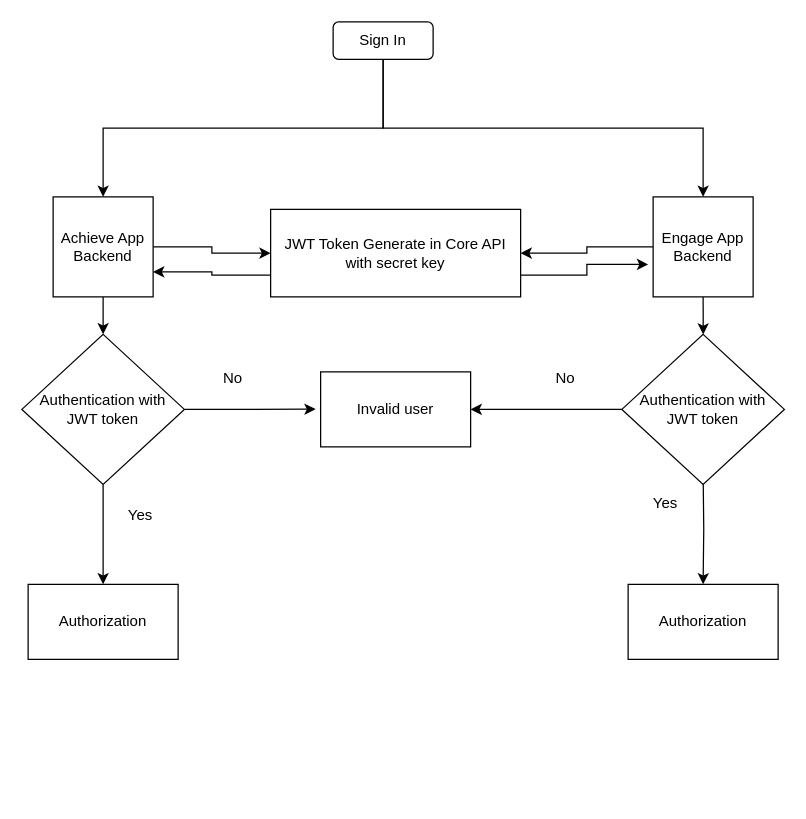
This is page "Authentication Core API" (5 of 8) of PowerHCM.drawio from triconlabs/Documentation, a draw.io file, before an edit. Source tidied: cells renumbered, new cells numbered last; positions are measured from the earlier drawing's top-left corner, leaving out a move shared by most shapes. Both pictures are drawn from the tidied source at 125%, with x=0, y=0 at pixel (21, 21).
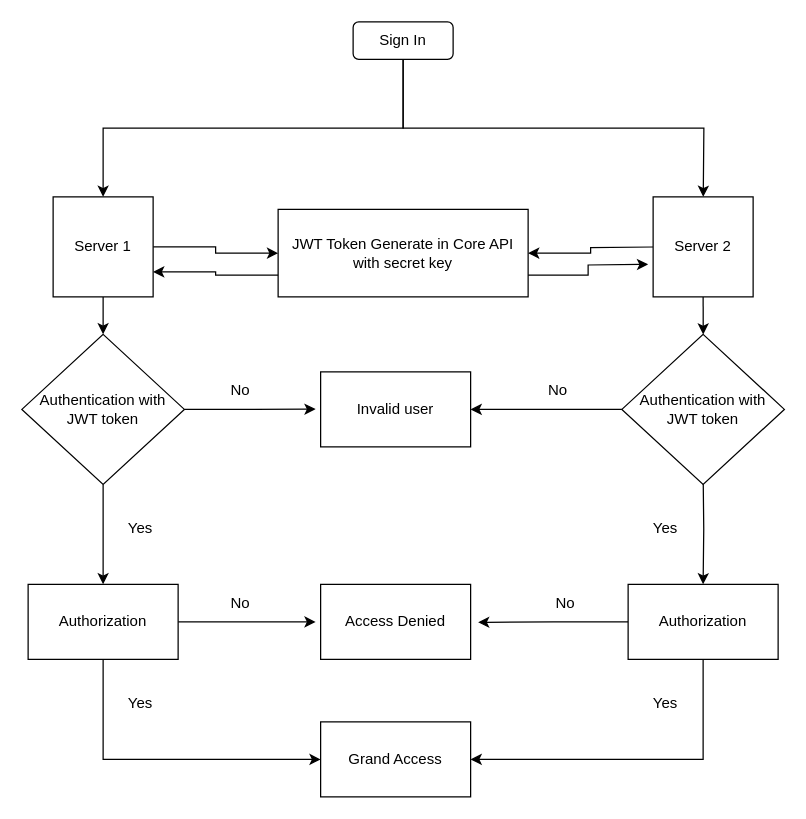
The same page after the edit.

The change refers to these unchanged cells:
```xml
<mxCell id="18" value="Authorization" style="rounded=0;whiteSpace=wrap;html=1;" parent="1" vertex="1">
  <mxGeometry x="485" y="450" width="120" height="60" as="geometry" />
</mxCell>
<mxCell id="19" value="Authorization" style="rounded=0;whiteSpace=wrap;html=1;" parent="1" vertex="1">
  <mxGeometry x="5" y="450" width="120" height="60" as="geometry" />
</mxCell>
```

What changed in the source:
```diff
@@
     <mxCell id="2" value="JWT Token Generate in Core API with secret key" style="rounded=0;whiteSpace=wrap;html=1;" parent="1" vertex="1">
-      <mxGeometry x="199" y="150" width="200" height="70" as="geometry" />
+      <mxGeometry x="205" y="150" width="200" height="70" as="geometry" />
     </mxCell>
-    <mxCell id="3" style="edgeStyle=orthogonalEdgeStyle;rounded=0;jettySize=auto;html=1;" parent="1" edge="1" source="5" target="2">
-      <mxGeometry relative="1" as="geometry" />
+    <mxCell id="3" style="edgeStyle=orthogonalEdgeStyle;rounded=0;jettySize=auto;html=1;" parent="1" edge="1" target="2">
+      <mxGeometry relative="1" as="geometry">
+        <mxPoint x="505" y="180.1" as="sourcePoint" />
+      </mxGeometry>
     </mxCell>
-    <mxCell id="4" style="edgeStyle=orthogonalEdgeStyle;rounded=0;jettySize=auto;html=1;exitX=0.5;exitY=1;exitDx=0;exitDy=0;" parent="1" edge="1" source="5">
+    <mxCell id="4" style="edgeStyle=orthogonalEdgeStyle;rounded=0;orthogonalLoop=1;jettySize=auto;html=1;exitX=0.5;exitY=1;exitDx=0;exitDy=0;" parent="1" edge="1">
       <mxGeometry relative="1" as="geometry">
+        <mxPoint x="545" y="220" as="sourcePoint" />
         <mxPoint x="545.1" y="250.1" as="targetPoint" />
       </mxGeometry>
     </mxCell>
-    <mxCell id="5" value="Engage App Backend" style="whiteSpace=wrap;html=1;" parent="1" vertex="1">
-      <mxGeometry x="505" y="140" width="80" height="80" as="geometry" />
-    </mxCell>
@@
-    <mxCell id="8" value="Achieve App Backend" style="whiteSpace=wrap;html=1;" parent="1" vertex="1">
+    <mxCell id="8" value="Server 1" style="whiteSpace=wrap;html=1;" parent="1" vertex="1">
       <mxGeometry x="25" y="140" width="80" height="80" as="geometry" />
     </mxCell>
@@
-    <mxCell id="10" style="edgeStyle=orthogonalEdgeStyle;rounded=0;jettySize=auto;html=1;exitX=0.5;exitY=1;exitDx=0;exitDy=0;" parent="1" edge="1" source="11" target="5">
-      <mxGeometry relative="1" as="geometry" />
+    <mxCell id="10" style="edgeStyle=orthogonalEdgeStyle;rounded=0;jettySize=auto;html=1;exitX=0.5;exitY=1;exitDx=0;exitDy=0;" parent="1" edge="1" source="11">
+      <mxGeometry relative="1" as="geometry">
+        <mxPoint x="545.1" y="140" as="targetPoint" />
+      </mxGeometry>
     </mxCell>
     <mxCell id="11" value="Sign In" style="rounded=1;whiteSpace=wrap;html=1;" parent="1" vertex="1">
-      <mxGeometry x="249" width="80" height="30" as="geometry" />
+      <mxGeometry x="265" width="80" height="30" as="geometry" />
     </mxCell>
@@
-    <mxCell id="13" style="edgeStyle=orthogonalEdgeStyle;rounded=0;jettySize=auto;html=1;exitX=1;exitY=0.75;exitDx=0;exitDy=0;entryX=-0.05;entryY=0.675;entryDx=0;entryDy=0;entryPerimeter=0;" parent="1" edge="1" source="2" target="5">
-      <mxGeometry relative="1" as="geometry" />
+    <mxCell id="13" style="edgeStyle=orthogonalEdgeStyle;rounded=0;jettySize=auto;html=1;exitX=1;exitY=0.75;exitDx=0;exitDy=0;entryX=-0.05;entryY=0.675;entryDx=0;entryDy=0;entryPerimeter=0;" parent="1" edge="1" source="2">
+      <mxGeometry relative="1" as="geometry">
+        <mxPoint x="501" y="194" as="targetPoint" />
+      </mxGeometry>
     </mxCell>
@@
+    <mxCell id="27" style="edgeStyle=orthogonalEdgeStyle;rounded=0;jettySize=auto;html=1;exitX=0;exitY=0.5;exitDx=0;exitDy=0;" parent="1" edge="1" source="18">
+      <mxGeometry relative="1" as="geometry">
+        <mxPoint x="365" y="480.4" as="targetPoint" />
+      </mxGeometry>
+    </mxCell>
+    <mxCell id="28" style="edgeStyle=orthogonalEdgeStyle;rounded=0;jettySize=auto;html=1;exitX=0.5;exitY=1;exitDx=0;exitDy=0;entryX=1;entryY=0.5;entryDx=0;entryDy=0;" parent="1" edge="1" source="18" target="35">
+      <mxGeometry relative="1" as="geometry" />
+    </mxCell>
@@
+    <mxCell id="29" style="edgeStyle=orthogonalEdgeStyle;rounded=0;jettySize=auto;html=1;" parent="1" edge="1" source="19">
+      <mxGeometry relative="1" as="geometry">
+        <mxPoint x="235" y="480" as="targetPoint" />
+      </mxGeometry>
+    </mxCell>
+    <mxCell id="30" style="edgeStyle=orthogonalEdgeStyle;rounded=0;jettySize=auto;html=1;exitX=0.5;exitY=1;exitDx=0;exitDy=0;entryX=0;entryY=0.5;entryDx=0;entryDy=0;" parent="1" edge="1" source="19" target="35">
+      <mxGeometry relative="1" as="geometry" />
+    </mxCell>
@@
     <mxCell id="23" value="No" style="text;html=1;align=center;verticalAlign=middle;whiteSpace=wrap;rounded=0;" parent="1" vertex="1">
-      <mxGeometry x="139" y="270" width="60" height="30" as="geometry" />
+      <mxGeometry x="145" y="280" width="60" height="30" as="geometry" />
     </mxCell>
     <mxCell id="24" value="Yes" style="text;html=1;align=center;verticalAlign=middle;whiteSpace=wrap;rounded=0;" parent="1" vertex="1">
-      <mxGeometry x="485" y="370" width="60" height="30" as="geometry" />
+      <mxGeometry x="485" y="390" width="60" height="30" as="geometry" />
     </mxCell>
     <mxCell id="25" value="Yes" style="text;html=1;align=center;verticalAlign=middle;whiteSpace=wrap;rounded=0;" parent="1" vertex="1">
-      <mxGeometry x="65" y="380" width="60" height="30" as="geometry" />
+      <mxGeometry x="65" y="390" width="60" height="30" as="geometry" />
     </mxCell>
     <mxCell id="26" value="No" style="text;html=1;align=center;verticalAlign=middle;whiteSpace=wrap;rounded=0;" parent="1" vertex="1">
-      <mxGeometry x="405" y="270" width="60" height="30" as="geometry" />
+      <mxGeometry x="399" y="280" width="60" height="30" as="geometry" />
     </mxCell>
+    <mxCell id="31" value="Access Denied" style="rounded=0;whiteSpace=wrap;html=1;" parent="1" vertex="1">
+      <mxGeometry x="239" y="450" width="120" height="60" as="geometry" />
+    </mxCell>
+    <mxCell id="32" value="No" style="text;html=1;align=center;verticalAlign=middle;whiteSpace=wrap;rounded=0;" parent="1" vertex="1">
+      <mxGeometry x="145" y="450" width="60" height="30" as="geometry" />
+    </mxCell>
+    <mxCell id="33" value="No" style="text;html=1;align=center;verticalAlign=middle;whiteSpace=wrap;rounded=0;" parent="1" vertex="1">
+      <mxGeometry x="405" y="450" width="60" height="30" as="geometry" />
+    </mxCell>
+    <mxCell id="34" value="Server 2" style="whiteSpace=wrap;html=1;" parent="1" vertex="1">
+      <mxGeometry x="505" y="140" width="80" height="80" as="geometry" />
+    </mxCell>
+    <mxCell id="35" value="Grand Access" style="rounded=0;whiteSpace=wrap;html=1;" parent="1" vertex="1">
+      <mxGeometry x="239" y="560" width="120" height="60" as="geometry" />
+    </mxCell>
+    <mxCell id="36" value="Yes" style="text;html=1;align=center;verticalAlign=middle;whiteSpace=wrap;rounded=0;" parent="1" vertex="1">
+      <mxGeometry x="65" y="530" width="60" height="30" as="geometry" />
+    </mxCell>
+    <mxCell id="37" value="Yes" style="text;html=1;align=center;verticalAlign=middle;whiteSpace=wrap;rounded=0;" parent="1" vertex="1">
+      <mxGeometry x="485" y="530" width="60" height="30" as="geometry" />
+    </mxCell>
```
